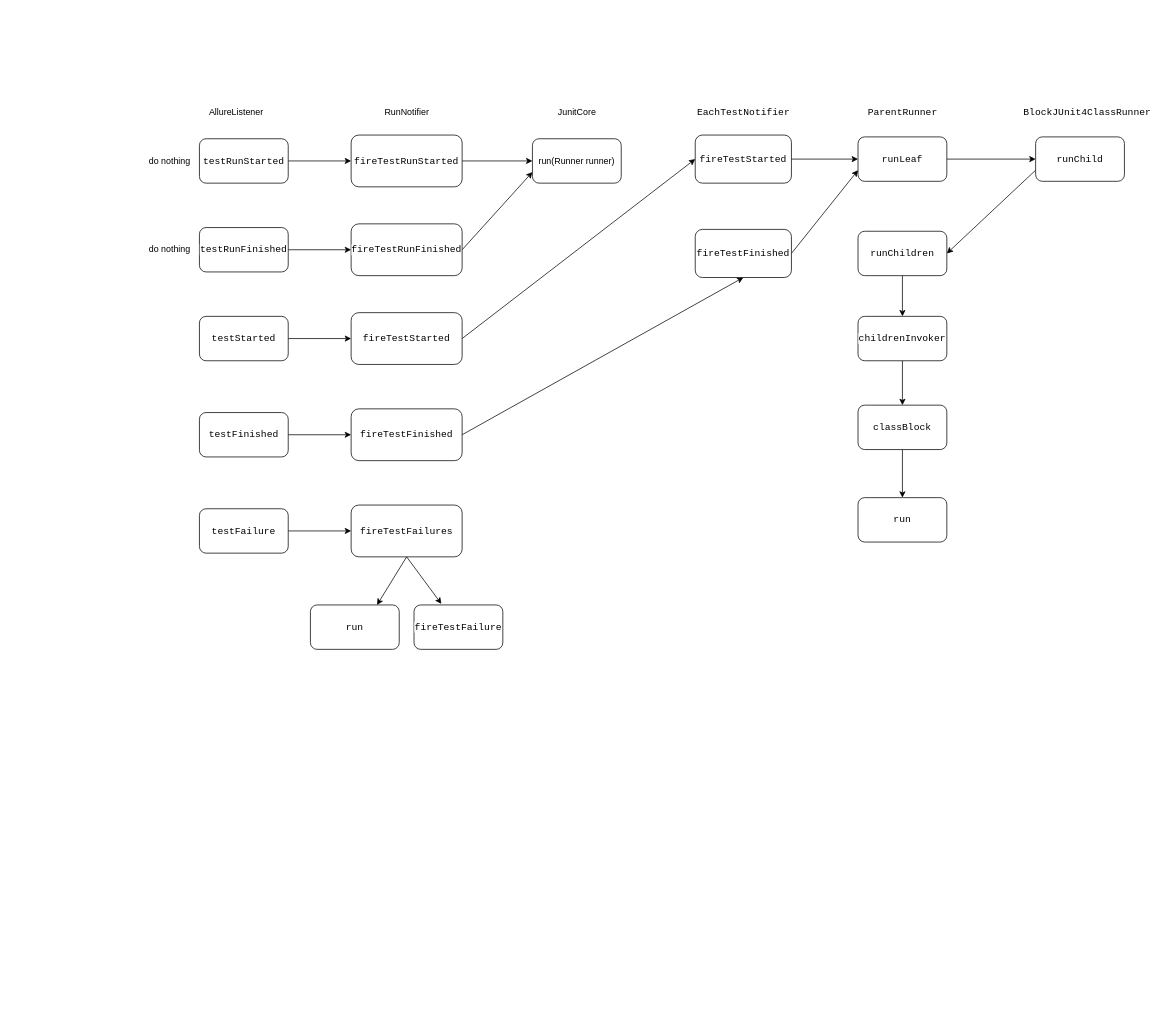
Before: page "第 4 页" (4 of 4) of App Automation 2.0.drawio in michellec2021/appium-demo, a draw.io diagram. Source tidied: cells renumbered, new cells numbered last; positions are measured from the earlier drawing's top-left corner, leaving out a move shared by most shapes. Both pictures are drawn from the tidied source at 74%, with x=0, y=0 at pixel (147, 90).
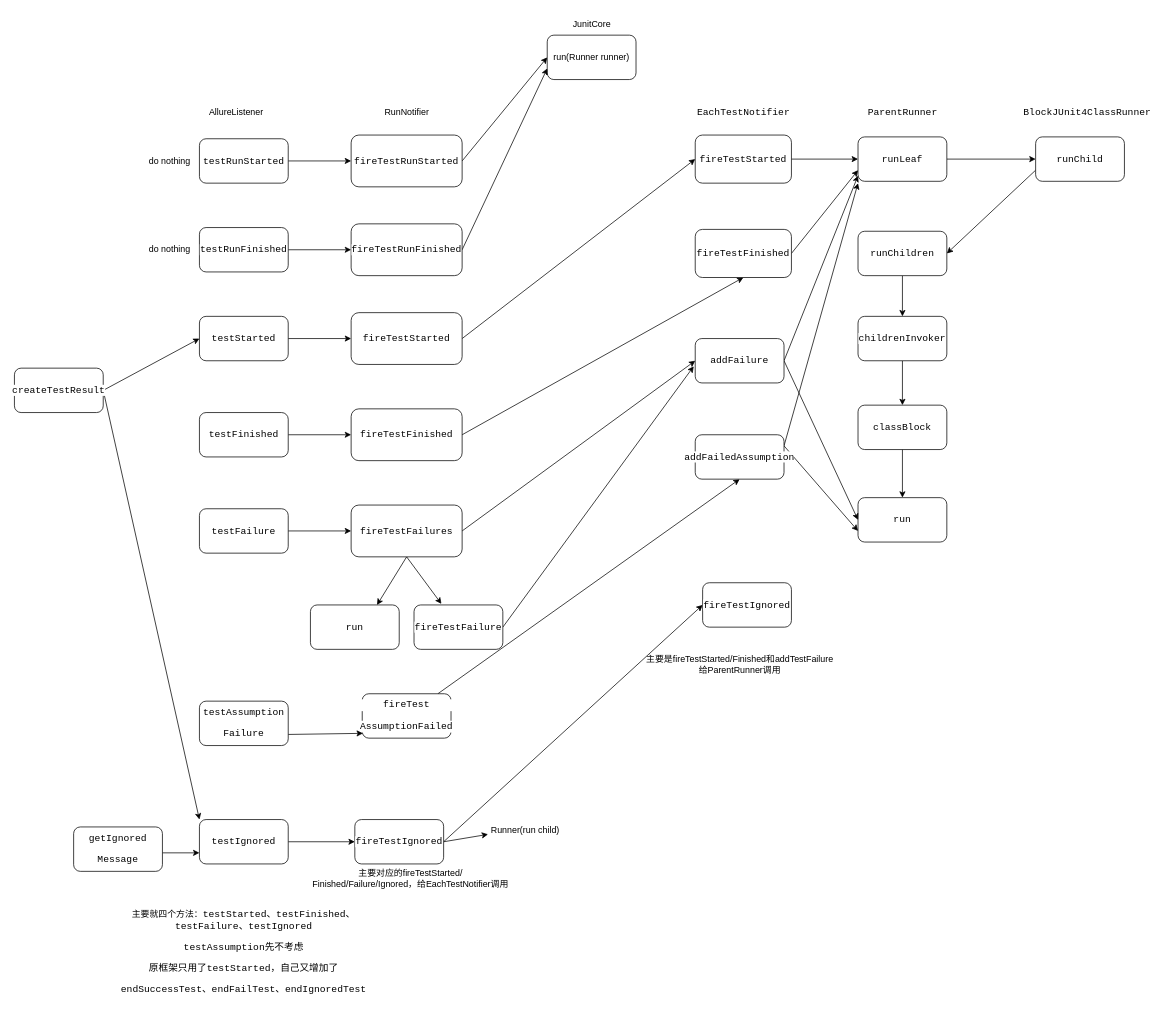
The same diagram, later.

The change refers to these unchanged cells:
```xml
<mxCell id="9" value="&lt;pre style=&quot;background-color: rgb(255, 255, 255); font-family: &amp;quot;JetBrains Mono&amp;quot;, monospace; font-size: 9.8pt;&quot;&gt;&lt;pre style=&quot;font-family: &amp;quot;JetBrains Mono&amp;quot;, monospace; font-size: 9.8pt;&quot;&gt;fireTestRunStarted&lt;/pre&gt;&lt;/pre&gt;" style="rounded=1;whiteSpace=wrap;html=1;" parent="1" vertex="1">
  <mxGeometry x="275" y="60" width="150" height="70" as="geometry" />
</mxCell>
<mxCell id="17" value="&lt;pre style=&quot;background-color: rgb(255, 255, 255); font-family: &amp;quot;JetBrains Mono&amp;quot;, monospace; font-size: 9.8pt;&quot;&gt;&lt;pre style=&quot;font-family: &amp;quot;JetBrains Mono&amp;quot;, monospace; font-size: 9.8pt;&quot;&gt;testStarted&lt;/pre&gt;&lt;/pre&gt;" style="rounded=1;whiteSpace=wrap;html=1;" parent="1" vertex="1">
  <mxGeometry x="70" y="305" width="120" height="60" as="geometry" />
</mxCell>
<mxCell id="35" value="&lt;pre style=&quot;background-color: rgb(255, 255, 255); font-family: &amp;quot;JetBrains Mono&amp;quot;, monospace; font-size: 9.8pt;&quot;&gt;&lt;pre style=&quot;font-family: &amp;quot;JetBrains Mono&amp;quot;, monospace; font-size: 9.8pt;&quot;&gt;run&lt;/pre&gt;&lt;/pre&gt;" style="rounded=1;whiteSpace=wrap;html=1;" parent="1" vertex="1">
  <mxGeometry x="960" y="550" width="120" height="60" as="geometry" />
</mxCell>
<mxCell id="46" value="&lt;pre style=&quot;background-color: rgb(255, 255, 255); font-family: &amp;quot;JetBrains Mono&amp;quot;, monospace; font-size: 9.8pt;&quot;&gt;&lt;pre style=&quot;font-family: &amp;quot;JetBrains Mono&amp;quot;, monospace; font-size: 9.8pt;&quot;&gt;fireTestFailures&lt;/pre&gt;&lt;/pre&gt;" style="rounded=1;whiteSpace=wrap;html=1;" parent="1" vertex="1">
  <mxGeometry x="275" y="560" width="150" height="70" as="geometry" />
</mxCell>
<mxCell id="48" value="&lt;pre style=&quot;background-color: rgb(255, 255, 255); font-family: &amp;quot;JetBrains Mono&amp;quot;, monospace; font-size: 9.8pt;&quot;&gt;fireTestFailure&lt;/pre&gt;" style="rounded=1;whiteSpace=wrap;html=1;" parent="1" vertex="1">
  <mxGeometry x="360" y="695" width="120" height="60" as="geometry" />
</mxCell>
```

Change to the diagram source:
```diff
@@
-    <mxCell id="8" style="edgeStyle=orthogonalEdgeStyle;rounded=0;jettySize=auto;html=1;exitX=1;exitY=0.5;exitDx=0;exitDy=0;entryX=0;entryY=0.5;entryDx=0;entryDy=0;" parent="1" edge="1" source="9" target="10">
+    <mxCell id="8" style="rounded=0;jettySize=auto;html=1;exitX=1;exitY=0.5;exitDx=0;exitDy=0;entryX=0;entryY=0.5;entryDx=0;entryDy=0;" parent="1" edge="1" source="9" target="10">
       <mxGeometry relative="1" as="geometry" />
     </mxCell>
@@
     <mxCell id="10" value="run(Runner runner)" style="rounded=1;whiteSpace=wrap;html=1;" parent="1" vertex="1">
-      <mxGeometry x="520" y="65" width="120" height="60" as="geometry" />
+      <mxGeometry x="540" y="-75" width="120" height="60" as="geometry" />
     </mxCell>
@@
     <mxCell id="13" value="JunitCore" style="text;html=1;align=center;verticalAlign=middle;strokeColor=none;fillColor=none;" parent="1" vertex="1">
-      <mxGeometry x="545" y="15" width="70" height="30" as="geometry" />
+      <mxGeometry x="565" y="-105" width="70" height="30" as="geometry" />
     </mxCell>
@@
+    <mxCell id="49" style="edgeStyle=none;rounded=0;jettySize=auto;html=1;exitX=1;exitY=0.5;exitDx=0;exitDy=0;entryX=0;entryY=0.5;entryDx=0;entryDy=0;" parent="1" edge="1" source="46" target="53">
+      <mxGeometry relative="1" as="geometry" />
+    </mxCell>
@@
+    <mxCell id="50" style="edgeStyle=none;rounded=0;jettySize=auto;html=1;exitX=1;exitY=0.5;exitDx=0;exitDy=0;entryX=-0.017;entryY=0.625;entryDx=0;entryDy=0;entryPerimeter=0;" parent="1" edge="1" source="48" target="53">
+      <mxGeometry relative="1" as="geometry" />
+    </mxCell>
@@
+    <mxCell id="51" style="edgeStyle=none;rounded=0;jettySize=auto;html=1;exitX=1;exitY=0.5;exitDx=0;exitDy=0;" parent="1" edge="1" source="53">
+      <mxGeometry relative="1" as="geometry">
+        <mxPoint x="960" y="115" as="targetPoint" />
+      </mxGeometry>
+    </mxCell>
+    <mxCell id="52" style="edgeStyle=none;rounded=0;jettySize=auto;html=1;exitX=1;exitY=0.5;exitDx=0;exitDy=0;entryX=0;entryY=0.5;entryDx=0;entryDy=0;" parent="1" edge="1" source="53" target="35">
+      <mxGeometry relative="1" as="geometry" />
+    </mxCell>
+    <mxCell id="53" value="&lt;pre style=&quot;background-color: rgb(255, 255, 255); font-family: &amp;quot;JetBrains Mono&amp;quot;, monospace; font-size: 9.8pt;&quot;&gt;addFailure&lt;/pre&gt;" style="rounded=1;whiteSpace=wrap;html=1;" parent="1" vertex="1">
+      <mxGeometry x="740" y="335" width="120" height="60" as="geometry" />
+    </mxCell>
+    <mxCell id="54" style="edgeStyle=none;rounded=0;jettySize=auto;html=1;entryX=0.5;entryY=1;entryDx=0;entryDy=0;" parent="1" edge="1" source="55" target="60">
+      <mxGeometry relative="1" as="geometry" />
+    </mxCell>
+    <mxCell id="55" value="&lt;pre style=&quot;background-color: rgb(255, 255, 255); font-family: &amp;quot;JetBrains Mono&amp;quot;, monospace; font-size: 9.8pt;&quot;&gt;fireTest&lt;/pre&gt;&lt;pre style=&quot;background-color: rgb(255, 255, 255); font-family: &amp;quot;JetBrains Mono&amp;quot;, monospace; font-size: 9.8pt;&quot;&gt;AssumptionFailed&lt;/pre&gt;" style="rounded=1;whiteSpace=wrap;html=1;" parent="1" vertex="1">
+      <mxGeometry x="290" y="815" width="120" height="60" as="geometry" />
+    </mxCell>
+    <mxCell id="56" style="edgeStyle=none;rounded=0;jettySize=auto;html=1;exitX=1;exitY=0.75;exitDx=0;exitDy=0;entryX=0.008;entryY=0.892;entryDx=0;entryDy=0;entryPerimeter=0;" parent="1" edge="1" source="57" target="55">
+      <mxGeometry relative="1" as="geometry" />
+    </mxCell>
+    <mxCell id="57" value="&lt;pre style=&quot;background-color: rgb(255, 255, 255); font-family: &amp;quot;JetBrains Mono&amp;quot;, monospace; font-size: 9.8pt;&quot;&gt;testAssumption&lt;/pre&gt;&lt;pre style=&quot;background-color: rgb(255, 255, 255); font-family: &amp;quot;JetBrains Mono&amp;quot;, monospace; font-size: 9.8pt;&quot;&gt;Failure&lt;/pre&gt;" style="rounded=1;whiteSpace=wrap;html=1;" parent="1" vertex="1">
+      <mxGeometry x="70" y="825" width="120" height="60" as="geometry" />
+    </mxCell>
+    <mxCell id="58" style="edgeStyle=none;rounded=0;jettySize=auto;html=1;exitX=1;exitY=0.25;exitDx=0;exitDy=0;entryX=0;entryY=0.75;entryDx=0;entryDy=0;" parent="1" edge="1" source="60" target="35">
+      <mxGeometry relative="1" as="geometry" />
+    </mxCell>
+    <mxCell id="59" style="edgeStyle=none;rounded=0;jettySize=auto;html=1;exitX=1;exitY=0.25;exitDx=0;exitDy=0;" parent="1" edge="1" source="60">
+      <mxGeometry relative="1" as="geometry">
+        <mxPoint x="960" y="125" as="targetPoint" />
+      </mxGeometry>
+    </mxCell>
+    <mxCell id="60" value="&lt;pre style=&quot;background-color: rgb(255, 255, 255); font-family: &amp;quot;JetBrains Mono&amp;quot;, monospace; font-size: 9.8pt;&quot;&gt;addFailedAssumption&lt;/pre&gt;" style="rounded=1;whiteSpace=wrap;html=1;" parent="1" vertex="1">
+      <mxGeometry x="740" y="465" width="120" height="60" as="geometry" />
+    </mxCell>
+    <mxCell id="61" style="edgeStyle=none;rounded=0;jettySize=auto;html=1;exitX=1;exitY=0.5;exitDx=0;exitDy=0;entryX=0;entryY=0.5;entryDx=0;entryDy=0;" parent="1" edge="1" source="62" target="65">
+      <mxGeometry relative="1" as="geometry" />
+    </mxCell>
+    <mxCell id="62" value="&lt;pre style=&quot;background-color: rgb(255, 255, 255); font-family: &amp;quot;JetBrains Mono&amp;quot;, monospace; font-size: 9.8pt;&quot;&gt;&lt;pre style=&quot;font-family: &amp;quot;JetBrains Mono&amp;quot;, monospace; font-size: 9.8pt;&quot;&gt;testIgnored&lt;/pre&gt;&lt;/pre&gt;" style="rounded=1;whiteSpace=wrap;html=1;" parent="1" vertex="1">
+      <mxGeometry x="70" y="985" width="120" height="60" as="geometry" />
+    </mxCell>
+    <mxCell id="63" style="edgeStyle=none;rounded=0;jettySize=auto;html=1;exitX=1;exitY=0.5;exitDx=0;exitDy=0;entryX=0;entryY=0.5;entryDx=0;entryDy=0;" parent="1" edge="1" source="65" target="66">
+      <mxGeometry relative="1" as="geometry" />
+    </mxCell>
+    <mxCell id="64" style="edgeStyle=none;rounded=0;jettySize=auto;html=1;exitX=1;exitY=0.5;exitDx=0;exitDy=0;" parent="1" edge="1" source="65">
+      <mxGeometry relative="1" as="geometry">
+        <mxPoint x="460" y="1005" as="targetPoint" />
+      </mxGeometry>
+    </mxCell>
+    <mxCell id="65" value="&lt;pre style=&quot;background-color: rgb(255, 255, 255); font-family: &amp;quot;JetBrains Mono&amp;quot;, monospace; font-size: 9.8pt;&quot;&gt;fireTestIgnored&lt;/pre&gt;" style="rounded=1;whiteSpace=wrap;html=1;" parent="1" vertex="1">
+      <mxGeometry x="280" y="985" width="120" height="60" as="geometry" />
+    </mxCell>
+    <mxCell id="66" value="&lt;pre style=&quot;background-color: rgb(255, 255, 255); font-family: &amp;quot;JetBrains Mono&amp;quot;, monospace; font-size: 9.8pt;&quot;&gt;&lt;pre style=&quot;font-family: &amp;quot;JetBrains Mono&amp;quot;, monospace; font-size: 9.8pt;&quot;&gt;fireTestIgnored&lt;/pre&gt;&lt;/pre&gt;" style="rounded=1;whiteSpace=wrap;html=1;" parent="1" vertex="1">
+      <mxGeometry x="750" y="665" width="120" height="60" as="geometry" />
+    </mxCell>
+    <mxCell id="67" value="Runner(run child)" style="text;html=1;align=center;verticalAlign=middle;strokeColor=none;fillColor=none;" parent="1" vertex="1">
+      <mxGeometry x="450" y="985" width="120" height="30" as="geometry" />
+    </mxCell>
+    <mxCell id="68" style="edgeStyle=none;rounded=0;jettySize=auto;html=1;exitX=1;exitY=0.75;exitDx=0;exitDy=0;entryX=0;entryY=0.75;entryDx=0;entryDy=0;" parent="1" edge="1" target="62">
+      <mxGeometry relative="1" as="geometry">
+        <mxPoint x="20" y="1030" as="sourcePoint" />
+      </mxGeometry>
+    </mxCell>
+    <mxCell id="69" value="&lt;pre style=&quot;background-color: rgb(255, 255, 255); font-family: &amp;quot;JetBrains Mono&amp;quot;, monospace; font-size: 9.8pt;&quot;&gt;getIgnored&lt;/pre&gt;&lt;pre style=&quot;background-color: rgb(255, 255, 255); font-family: &amp;quot;JetBrains Mono&amp;quot;, monospace; font-size: 9.8pt;&quot;&gt;Message&lt;/pre&gt;" style="rounded=1;whiteSpace=wrap;html=1;" parent="1" vertex="1">
+      <mxGeometry x="-100" y="995" width="120" height="60" as="geometry" />
+    </mxCell>
+    <mxCell id="70" style="edgeStyle=none;rounded=0;jettySize=auto;html=1;exitX=1;exitY=0.5;exitDx=0;exitDy=0;entryX=0;entryY=0.5;entryDx=0;entryDy=0;" parent="1" edge="1" source="72" target="17">
+      <mxGeometry relative="1" as="geometry" />
+    </mxCell>
+    <mxCell id="71" style="edgeStyle=none;rounded=0;jettySize=auto;html=1;exitX=1;exitY=0.5;exitDx=0;exitDy=0;entryX=0;entryY=0;entryDx=0;entryDy=0;" parent="1" edge="1" source="72" target="62">
+      <mxGeometry relative="1" as="geometry" />
+    </mxCell>
+    <mxCell id="72" value="&lt;pre style=&quot;background-color: rgb(255, 255, 255); font-family: &amp;quot;JetBrains Mono&amp;quot;, monospace; font-size: 9.8pt;&quot;&gt;createTestResult&lt;/pre&gt;" style="rounded=1;whiteSpace=wrap;html=1;" parent="1" vertex="1">
+      <mxGeometry x="-180" y="375" width="120" height="60" as="geometry" />
+    </mxCell>
+    <mxCell id="73" value="主要就四个方法：&lt;span style=&quot;font-family: &amp;quot;JetBrains Mono&amp;quot;, monospace; font-size: 9.8pt; background-color: initial;&quot;&gt;testStarted、&lt;/span&gt;&lt;span style=&quot;font-family: &amp;quot;JetBrains Mono&amp;quot;, monospace; font-size: 9.8pt; background-color: initial;&quot;&gt;testFinished、&lt;/span&gt;&lt;span style=&quot;font-family: &amp;quot;JetBrains Mono&amp;quot;, monospace; font-size: 9.8pt; background-color: initial;&quot;&gt;testFailure、&lt;/span&gt;&lt;span style=&quot;font-family: &amp;quot;JetBrains Mono&amp;quot;, monospace; font-size: 9.8pt; background-color: initial;&quot;&gt;testIgnored&lt;br&gt;&lt;/span&gt;&lt;pre style=&quot;background-color: rgb(255, 255, 255); font-family: &amp;quot;JetBrains Mono&amp;quot;, monospace; font-size: 9.8pt;&quot;&gt;testAssumption先不考虑&lt;/pre&gt;&lt;pre style=&quot;background-color: rgb(255, 255, 255); font-family: &amp;quot;JetBrains Mono&amp;quot;, monospace; font-size: 9.8pt;&quot;&gt;原框架只用了testStarted，自己又增加了&lt;/pre&gt;&lt;pre style=&quot;background-color: rgb(255, 255, 255); font-family: &amp;quot;JetBrains Mono&amp;quot;, monospace; font-size: 9.8pt;&quot;&gt;endSuccessTest、endFailTest、endIgnoredTest&lt;/pre&gt;" style="text;html=1;strokeColor=none;fillColor=none;align=center;verticalAlign=middle;whiteSpace=wrap;rounded=0;" parent="1" vertex="1">
+      <mxGeometry x="10" y="1125" width="240" height="91" as="geometry" />
+    </mxCell>
+    <mxCell id="74" value="主要对应的fireTestStarted/&lt;br&gt;Finished/Failure/Ignored，给EachTestNotifier调用" style="text;html=1;align=center;verticalAlign=middle;strokeColor=none;fillColor=none;" parent="1" vertex="1">
+      <mxGeometry x="210" y="1045" width="290" height="40" as="geometry" />
+    </mxCell>
+    <mxCell id="75" value="主要是fireTestStarted/Finished和addTestFailure&lt;br&gt;给ParentRunner调用" style="text;html=1;align=center;verticalAlign=middle;strokeColor=none;fillColor=none;" parent="1" vertex="1">
+      <mxGeometry x="660" y="755" width="280" height="40" as="geometry" />
+    </mxCell>
```
